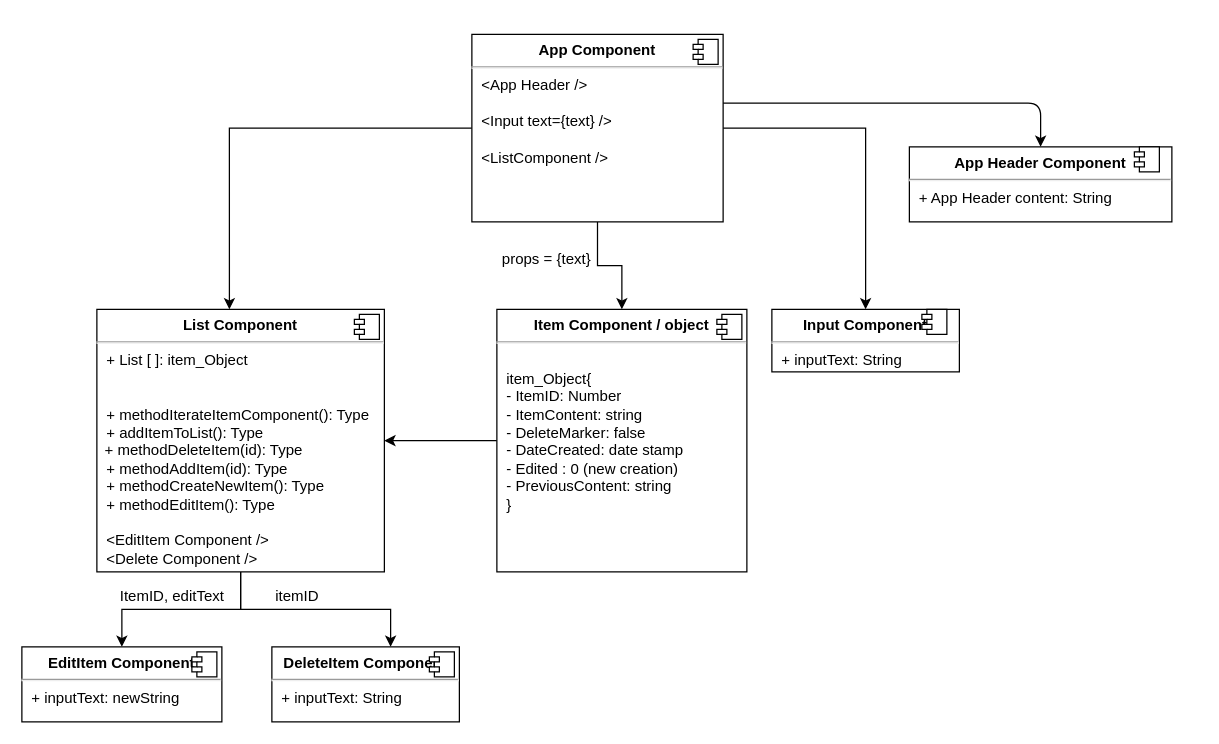
Above: page "Page-2" (2 of 2) of Untitled Diagram.drawio in Harshvardhanvipat/todo-app (draw.io), before the change. Source tidied: cells renumbered, new cells numbered last; positions are measured from the earlier drawing's top-left corner, leaving out a move shared by most shapes. Both pictures are drawn from the tidied source at 125%, with x=0, y=0 at pixel (21, 34).
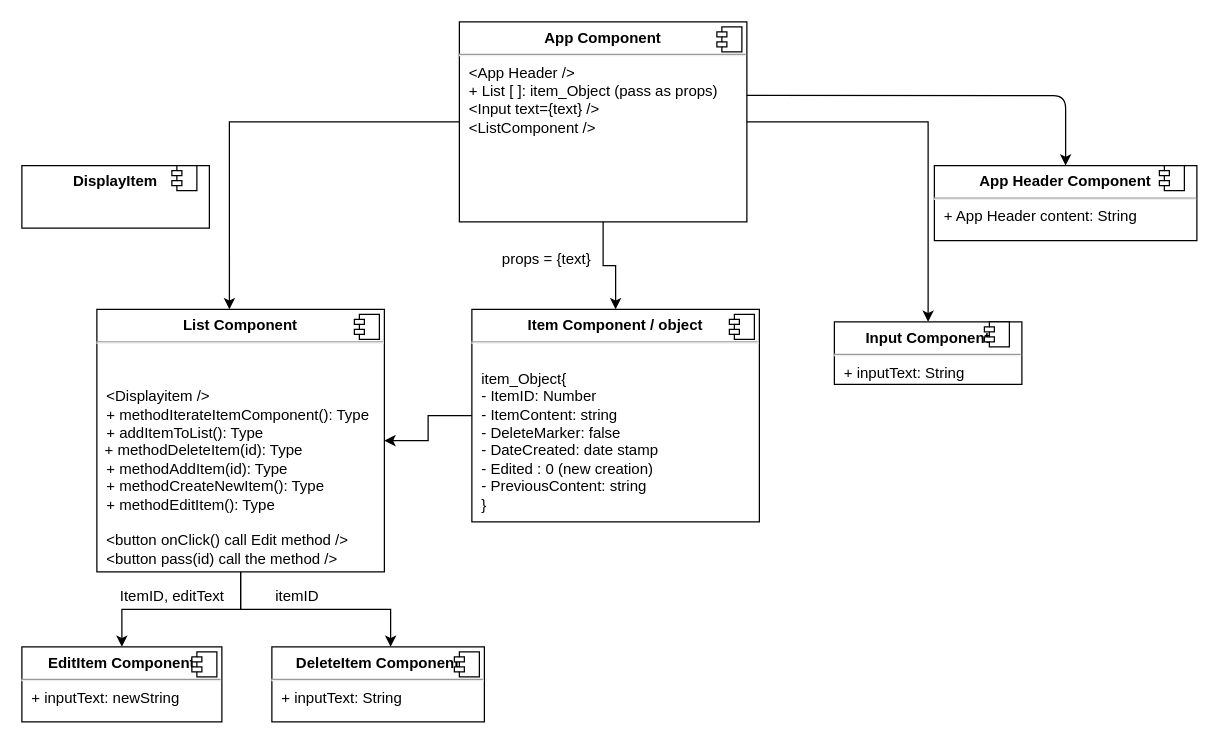
Above is the later version.

Commit message:
changes to the architecture after discussion with Mentor

Diff of the diagram source:
```diff
@@
     <mxCell id="3" value="&lt;p style=&quot;margin: 0px ; margin-top: 6px ; text-align: center&quot;&gt;&lt;b&gt;Item Component / object&lt;/b&gt;&lt;/p&gt;&lt;hr&gt;&lt;p style=&quot;margin: 0px ; margin-left: 8px&quot;&gt;&lt;br&gt;&lt;/p&gt;&lt;p style=&quot;margin: 0px ; margin-left: 8px&quot;&gt;item_Object{&lt;/p&gt;&lt;p style=&quot;margin: 0px ; margin-left: 8px&quot;&gt;- ItemID: Number&lt;br&gt;&lt;/p&gt;&lt;p style=&quot;margin: 0px ; margin-left: 8px&quot;&gt;-&amp;nbsp;&lt;span&gt;ItemContent: string&lt;/span&gt;&lt;/p&gt;&lt;p style=&quot;margin: 0px ; margin-left: 8px&quot;&gt;- DeleteMarker: false&lt;/p&gt;&lt;p style=&quot;margin: 0px ; margin-left: 8px&quot;&gt;- DateCreated: date stamp&amp;nbsp;&lt;br&gt;- Edited : 0 (new creation)&lt;/p&gt;&lt;p style=&quot;margin: 0px ; margin-left: 8px&quot;&gt;&lt;span&gt;- PreviousContent: string&lt;/span&gt;&lt;/p&gt;&lt;p style=&quot;margin: 0px ; margin-left: 8px&quot;&gt;&lt;span&gt;}&lt;/span&gt;&lt;/p&gt;&lt;p style=&quot;margin: 0px ; margin-left: 8px&quot;&gt;&lt;br&gt;&lt;/p&gt;&lt;p style=&quot;margin: 0px ; margin-left: 8px&quot;&gt;&lt;br&gt;&lt;/p&gt;" style="align=left;overflow=fill;html=1;" parent="1" vertex="1">
-      <mxGeometry x="380" y="220" width="200" height="210" as="geometry" />
+      <mxGeometry x="360" y="220" width="230" height="170" as="geometry" />
     </mxCell>
@@
-    <mxCell id="7" value="&lt;p style=&quot;margin: 0px ; margin-top: 6px ; text-align: center&quot;&gt;&lt;b&gt;List Component&lt;/b&gt;&lt;/p&gt;&lt;hr&gt;&lt;p style=&quot;margin: 0px 0px 0px 8px&quot;&gt;+ List [ ]: item_Object&lt;br&gt;&lt;/p&gt;&lt;p style=&quot;margin: 0px 0px 0px 8px&quot;&gt;&lt;br&gt;&lt;/p&gt;&lt;p style=&quot;margin: 0px 0px 0px 8px&quot;&gt;&lt;br&gt;&lt;/p&gt;&lt;p style=&quot;margin: 0px 0px 0px 8px&quot;&gt;+ methodIterateItemComponent(): Type&lt;br&gt;&lt;/p&gt;&lt;p style=&quot;margin: 0px 0px 0px 8px&quot;&gt;+ addItemToList(): Type&lt;br&gt;&lt;/p&gt;&amp;nbsp; +&amp;nbsp;&lt;span&gt;methodDeleteItem(id): Type&lt;/span&gt;&lt;br&gt;&lt;p style=&quot;margin: 0px 0px 0px 8px&quot;&gt;+ methodAddItem(id): Type&lt;br&gt;&lt;/p&gt;&lt;p style=&quot;margin: 0px 0px 0px 8px&quot;&gt;+ methodCreateNewItem(): Type&lt;br&gt;&lt;/p&gt;&lt;p style=&quot;margin: 0px 0px 0px 8px&quot;&gt;+ methodEditItem(): Type&lt;/p&gt;&lt;p style=&quot;margin: 0px 0px 0px 8px&quot;&gt;&lt;br&gt;&lt;/p&gt;&lt;p style=&quot;margin: 0px 0px 0px 8px&quot;&gt;&amp;lt;EditItem Component /&amp;gt;&lt;/p&gt;&lt;p style=&quot;margin: 0px 0px 0px 8px&quot;&gt;&amp;lt;Delete Component /&amp;gt;&lt;/p&gt;" style="align=left;overflow=fill;html=1;" parent="1" vertex="1">
+    <mxCell id="7" value="&lt;p style=&quot;margin: 0px ; margin-top: 6px ; text-align: center&quot;&gt;&lt;b&gt;List Component&lt;/b&gt;&lt;/p&gt;&lt;hr&gt;&lt;p style=&quot;margin: 0px 0px 0px 8px&quot;&gt;&lt;br&gt;&lt;/p&gt;&lt;p style=&quot;margin: 0px 0px 0px 8px&quot;&gt;&lt;br&gt;&lt;/p&gt;&lt;p style=&quot;margin: 0px 0px 0px 8px&quot;&gt;&amp;lt;Displayitem /&amp;gt;&lt;/p&gt;&lt;p style=&quot;margin: 0px 0px 0px 8px&quot;&gt;+ methodIterateItemComponent(): Type&lt;br&gt;&lt;/p&gt;&lt;p style=&quot;margin: 0px 0px 0px 8px&quot;&gt;+ addItemToList(): Type&lt;br&gt;&lt;/p&gt;&amp;nbsp; +&amp;nbsp;&lt;span&gt;methodDeleteItem(id): Type&lt;/span&gt;&lt;br&gt;&lt;p style=&quot;margin: 0px 0px 0px 8px&quot;&gt;+ methodAddItem(id): Type&lt;br&gt;&lt;/p&gt;&lt;p style=&quot;margin: 0px 0px 0px 8px&quot;&gt;+ methodCreateNewItem(): Type&lt;br&gt;&lt;/p&gt;&lt;p style=&quot;margin: 0px 0px 0px 8px&quot;&gt;+ methodEditItem(): Type&lt;/p&gt;&lt;p style=&quot;margin: 0px 0px 0px 8px&quot;&gt;&lt;br&gt;&lt;/p&gt;&lt;p style=&quot;margin: 0px 0px 0px 8px&quot;&gt;&amp;lt;button onClick() call Edit method /&amp;gt;&lt;/p&gt;&lt;p style=&quot;margin: 0px 0px 0px 8px&quot;&gt;&amp;lt;button pass(id) call the method /&amp;gt;&lt;/p&gt;" style="align=left;overflow=fill;html=1;" parent="1" vertex="1">
       <mxGeometry x="60" y="220" width="230" height="210" as="geometry" />
     </mxCell>
@@
     <mxCell id="9" value="&lt;p style=&quot;margin: 0px ; margin-top: 6px ; text-align: center&quot;&gt;&lt;b&gt;Input Component&lt;/b&gt;&lt;/p&gt;&lt;hr&gt;&lt;p style=&quot;margin: 0px ; margin-left: 8px&quot;&gt;+ inputText: String&lt;br&gt;&lt;br&gt;&lt;/p&gt;" style="align=left;overflow=fill;html=1;" parent="1" vertex="1">
-      <mxGeometry x="600" y="220" width="150" height="50" as="geometry" />
+      <mxGeometry x="650" y="230" width="150" height="50" as="geometry" />
     </mxCell>
@@
-    <mxCell id="14" value="&lt;p style=&quot;margin: 0px ; margin-top: 6px ; text-align: center&quot;&gt;&lt;b&gt;App Component&lt;/b&gt;&lt;/p&gt;&lt;hr&gt;&lt;p style=&quot;margin: 0px 0px 0px 8px&quot;&gt;&amp;lt;App Header /&amp;gt;&lt;/p&gt;&lt;p style=&quot;margin: 0px 0px 0px 8px&quot;&gt;&lt;br&gt;&lt;/p&gt;&lt;p style=&quot;margin: 0px 0px 0px 8px&quot;&gt;&amp;lt;Input text={text} /&amp;gt;&lt;/p&gt;&lt;p style=&quot;margin: 0px 0px 0px 8px&quot;&gt;&lt;br&gt;&lt;/p&gt;&lt;p style=&quot;margin: 0px 0px 0px 8px&quot;&gt;&amp;lt;ListComponent /&amp;gt;&lt;/p&gt;&lt;p style=&quot;margin: 0px 0px 0px 8px&quot;&gt;&lt;br&gt;&lt;/p&gt;" style="align=left;overflow=fill;html=1;" parent="1" vertex="1">
-      <mxGeometry x="360" width="201" height="150" as="geometry" />
+    <mxCell id="14" value="&lt;p style=&quot;margin: 0px ; margin-top: 6px ; text-align: center&quot;&gt;&lt;b&gt;App Component&lt;/b&gt;&lt;/p&gt;&lt;hr&gt;&lt;p style=&quot;margin: 0px 0px 0px 8px&quot;&gt;&amp;lt;App Header /&amp;gt;&lt;/p&gt;&lt;p style=&quot;margin: 0px 0px 0px 8px&quot;&gt;+ List [ ]: item_Object (pass as props)&lt;br&gt;&lt;/p&gt;&lt;p style=&quot;margin: 0px 0px 0px 8px&quot;&gt;&amp;lt;Input text={text} /&amp;gt;&lt;/p&gt;&lt;p style=&quot;margin: 0px 0px 0px 8px&quot;&gt;&amp;lt;ListComponent /&amp;gt;&lt;/p&gt;&lt;p style=&quot;margin: 0px 0px 0px 8px&quot;&gt;&lt;br&gt;&lt;/p&gt;" style="align=left;overflow=fill;html=1;" parent="1" vertex="1">
+      <mxGeometry x="350" y="-10" width="230" height="160" as="geometry" />
     </mxCell>
@@
     <mxCell id="19" value="&lt;p style=&quot;margin: 0px ; margin-top: 6px ; text-align: center&quot;&gt;&lt;b&gt;DeleteItem Component&lt;/b&gt;&lt;/p&gt;&lt;hr&gt;&lt;p style=&quot;margin: 0px ; margin-left: 8px&quot;&gt;+ inputText: String&lt;br&gt;&lt;br&gt;&lt;/p&gt;" style="align=left;overflow=fill;html=1;" parent="1" vertex="1">
-      <mxGeometry x="200" y="490" width="150" height="60" as="geometry" />
+      <mxGeometry x="200" y="490" width="170" height="60" as="geometry" />
     </mxCell>
@@
     <mxCell id="23" value="&lt;p style=&quot;margin: 0px ; margin-top: 6px ; text-align: center&quot;&gt;&lt;b&gt;App Header Component&lt;/b&gt;&lt;/p&gt;&lt;hr&gt;&lt;p style=&quot;margin: 0px ; margin-left: 8px&quot;&gt;+ App Header content: String&lt;br&gt;&lt;br&gt;&lt;/p&gt;" style="align=left;overflow=fill;html=1;" parent="1" vertex="1">
-      <mxGeometry x="710" y="90" width="210" height="60" as="geometry" />
+      <mxGeometry x="730" y="105" width="210" height="60" as="geometry" />
     </mxCell>
@@
     <mxCell id="25" style="endArrow=classic;html=1;exitX=1;exitY=0.367;exitDx=0;exitDy=0;exitPerimeter=0;entryX=0.5;entryY=0;entryDx=0;entryDy=0;" parent="1" edge="1" source="14" target="23">
       <mxGeometry relative="1" as="geometry">
         <Array as="points">
-          <mxPoint x="815" y="55" />
+          <mxPoint x="835" y="49" />
         </Array>
       </mxGeometry>
     </mxCell>
+    <mxCell id="26" value="&lt;p style=&quot;margin: 0px ; margin-top: 6px ; text-align: center&quot;&gt;&lt;b&gt;DisplayItem&lt;/b&gt;&lt;/p&gt;" style="align=left;overflow=fill;html=1;" parent="1" vertex="1">
+      <mxGeometry y="105" width="150" height="50" as="geometry" />
+    </mxCell>
+    <mxCell id="27" style="shape=component;jettyWidth=8;jettyHeight=4;" parent="26" vertex="1">
+      <mxGeometry x="1" width="20" height="20" relative="1" as="geometry">
+        <mxPoint x="-30" as="offset" />
+      </mxGeometry>
+    </mxCell>
```
